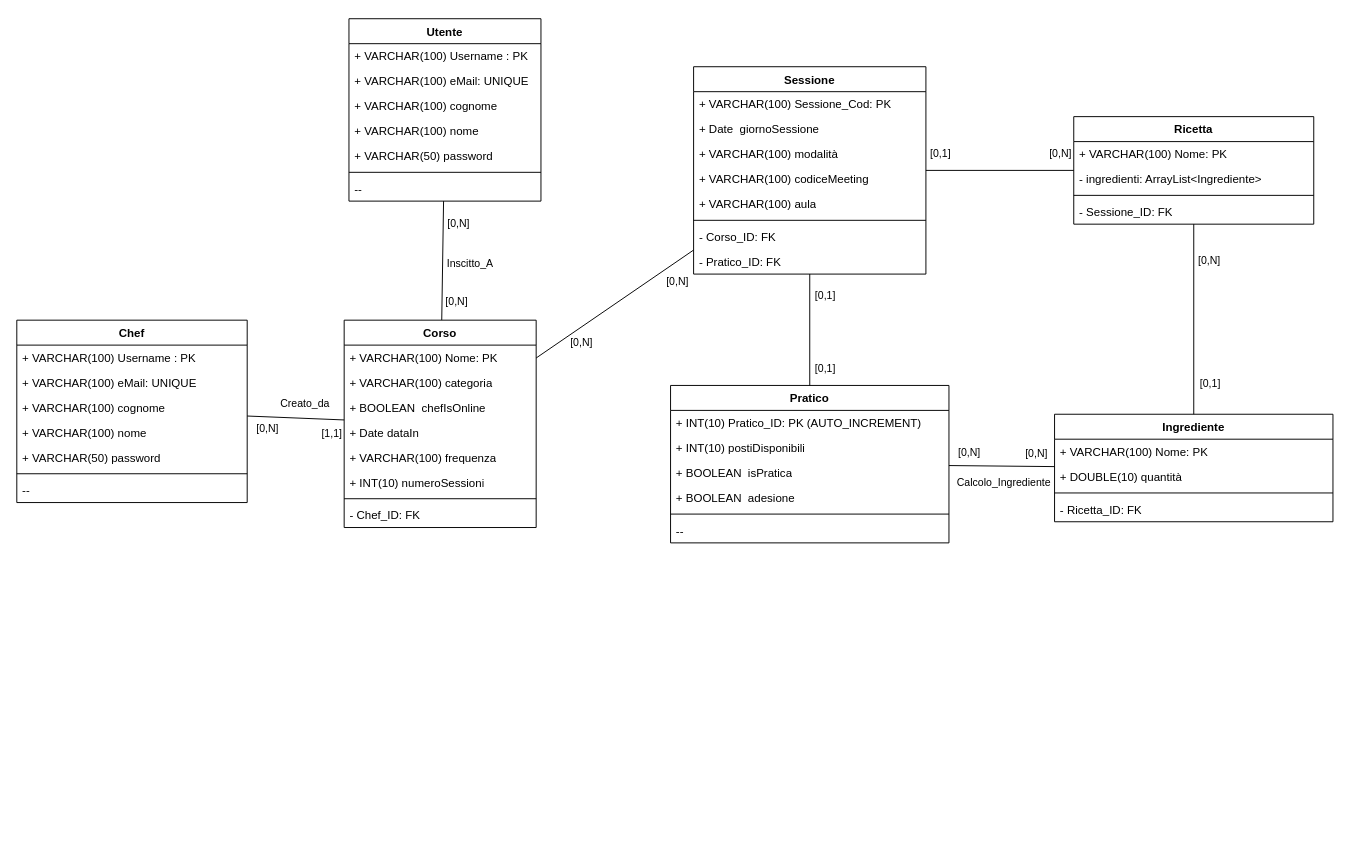
Earlier version of the draw.io diagram page "umlBDD" (2 of 2) of obj/uml/UML1.drawio (MetisWastaken/UninaFoodLab). Source tidied: cells renumbered, new cells numbered last; positions are measured from the earlier drawing's top-left corner, leaving out a move shared by most shapes. Both pictures are drawn from the tidied source at 96%, with x=0, y=0 at pixel (16, 18).
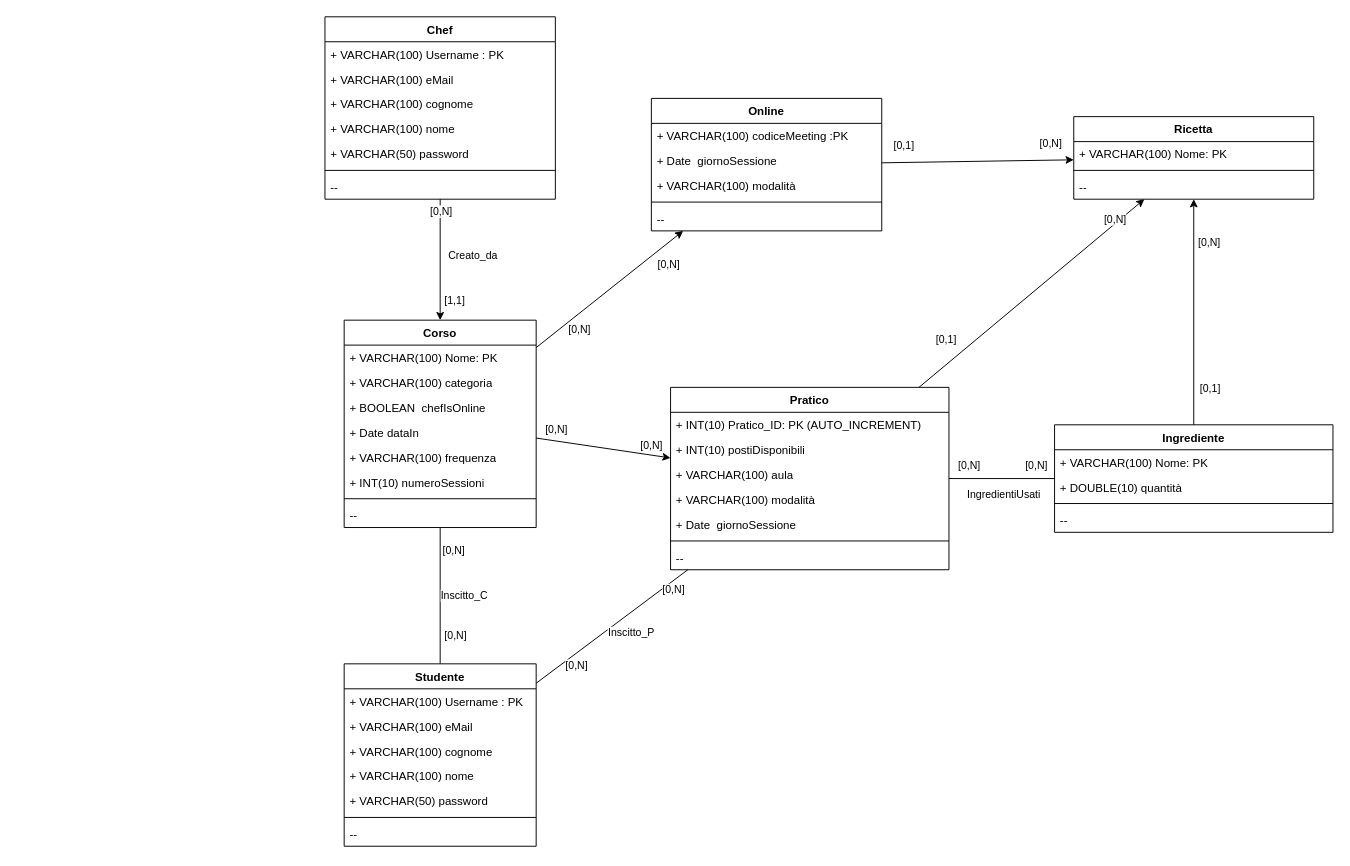
After the change.

Unchanged cells that the change refers to:
```xml
<mxCell id="2" style="edgeStyle=none;shape=connector;rounded=0;jettySize=auto;html=1;strokeColor=default;strokeWidth=1;align=center;verticalAlign=middle;endArrow=none;endFill=0;endSize=6;" parent="1" edge="1" source="6" target="23">
  <mxGeometry relative="1" as="geometry" />
</mxCell>
<mxCell id="6" value="Corso" style="swimlane;align=center;verticalAlign=top;horizontal=1;startSize=26;whiteSpace=wrap;html=1;" parent="1" vertex="1">
  <mxGeometry x="341" y="314" width="200" height="216" as="geometry" />
</mxCell>
<mxCell id="67" style="edgeStyle=none;shape=connector;rounded=0;jettySize=auto;html=1;strokeColor=default;strokeWidth=1;align=center;verticalAlign=middle;endArrow=none;endFill=0;endSize=6;" parent="1" edge="1" source="40" target="45">
  <mxGeometry relative="1" as="geometry" />
</mxCell>
```

The edit, as a diff of the source:
```diff
@@
-    <mxCell id="3" value="Inscitto_A" style="edgeLabel;html=1;align=center;verticalAlign=middle;" parent="2" vertex="1">
+    <mxCell id="3" value="Inscitto_C" style="edgeLabel;html=1;align=center;verticalAlign=middle;" parent="2" vertex="1">
       <mxGeometry x="-0.14" y="-2" relative="1" as="geometry">
-        <mxPoint x="26" y="-7" as="offset" />
+        <mxPoint x="26" y="9" as="offset" />
       </mxGeometry>
     </mxCell>
@@
-    <mxCell id="14" value="- Chef_ID: FK&amp;nbsp;" style="text;strokeColor=none;fillColor=none;align=left;verticalAlign=top;spacingLeft=4;spacingRight=4;overflow=hidden;whiteSpace=wrap;html=1;" parent="6" vertex="1">
-      <mxGeometry y="190" width="200" height="26" as="geometry" />
-    </mxCell>
+    <mxCell id="51" value="--" style="text;strokeColor=none;fillColor=none;align=left;verticalAlign=top;spacingLeft=4;spacingRight=4;overflow=hidden;whiteSpace=wrap;html=1;" parent="6" vertex="1">
+      <mxGeometry y="190" width="200" height="26" as="geometry" />
+    </mxCell>
     <mxCell id="15" value="Chef" style="swimlane;align=center;verticalAlign=top;horizontal=1;startSize=26;whiteSpace=wrap;html=1;" parent="1" vertex="1">
-      <mxGeometry y="314" width="240" height="190" as="geometry" />
+      <mxGeometry x="321" y="-2" width="240" height="190" as="geometry" />
     </mxCell>
@@
-    <mxCell id="17" value="+ VARCHAR(100)&amp;nbsp;eMail: UNIQUE" style="text;strokeColor=none;fillColor=none;align=left;verticalAlign=top;spacingLeft=4;spacingRight=4;overflow=hidden;whiteSpace=wrap;html=1;" parent="15" vertex="1">
+    <mxCell id="17" value="+ VARCHAR(100)&amp;nbsp;eMail" style="text;strokeColor=none;fillColor=none;align=left;verticalAlign=top;spacingLeft=4;spacingRight=4;overflow=hidden;whiteSpace=wrap;html=1;" parent="15" vertex="1">
       <mxGeometry y="52" width="240" height="26" as="geometry" />
     </mxCell>
@@
-    <mxCell id="23" value="Utente" style="swimlane;align=center;verticalAlign=top;horizontal=1;startSize=26;whiteSpace=wrap;html=1;" parent="1" vertex="1">
-      <mxGeometry x="346" width="200" height="190" as="geometry" />
+    <mxCell id="23" value="Studente" style="swimlane;align=center;verticalAlign=top;horizontal=1;startSize=26;whiteSpace=wrap;html=1;" parent="1" vertex="1">
+      <mxGeometry x="341" y="672" width="200" height="190" as="geometry" />
     </mxCell>
@@
-    <mxCell id="25" value="+ VARCHAR(100)&amp;nbsp;eMail: UNIQUE" style="text;strokeColor=none;fillColor=none;align=left;verticalAlign=top;spacingLeft=4;spacingRight=4;overflow=hidden;whiteSpace=wrap;html=1;" parent="23" vertex="1">
+    <mxCell id="25" value="+ VARCHAR(100)&amp;nbsp;eMail" style="text;strokeColor=none;fillColor=none;align=left;verticalAlign=top;spacingLeft=4;spacingRight=4;overflow=hidden;whiteSpace=wrap;html=1;" parent="23" vertex="1">
       <mxGeometry y="52" width="200" height="26" as="geometry" />
     </mxCell>
@@
-    <mxCell id="31" value="Sessione" style="swimlane;align=center;verticalAlign=top;horizontal=1;startSize=26;whiteSpace=wrap;html=1;" parent="1" vertex="1">
-      <mxGeometry x="705" y="50" width="242" height="216" as="geometry" />
-    </mxCell>
-    <mxCell id="32" value="+ VARCHAR(100) Sessione_Cod: PK" style="text;strokeColor=none;fillColor=none;align=left;verticalAlign=top;spacingLeft=4;spacingRight=4;overflow=hidden;whiteSpace=wrap;html=1;" parent="31" vertex="1">
-      <mxGeometry y="26" width="242" height="26" as="geometry" />
-    </mxCell>
-    <mxCell id="33" value="+ Date&amp;nbsp;&amp;nbsp;giornoSessione" style="text;strokeColor=none;fillColor=none;align=left;verticalAlign=top;spacingLeft=4;spacingRight=4;overflow=hidden;whiteSpace=wrap;html=1;" parent="31" vertex="1">
-      <mxGeometry y="52" width="242" height="26" as="geometry" />
-    </mxCell>
-    <mxCell id="34" value="+ VARCHAR(100)&amp;nbsp;modalità" style="text;strokeColor=none;fillColor=none;align=left;verticalAlign=top;spacingLeft=4;spacingRight=4;overflow=hidden;whiteSpace=wrap;html=1;" parent="31" vertex="1">
-      <mxGeometry y="78" width="242" height="26" as="geometry" />
-    </mxCell>
-    <mxCell id="35" value="+ VARCHAR(100)&amp;nbsp;codiceMeeting" style="text;strokeColor=none;fillColor=none;align=left;verticalAlign=top;spacingLeft=4;spacingRight=4;overflow=hidden;whiteSpace=wrap;html=1;" parent="31" vertex="1">
-      <mxGeometry y="104" width="242" height="26" as="geometry" />
-    </mxCell>
-    <mxCell id="36" value="+ VARCHAR(100)&amp;nbsp;aula" style="text;strokeColor=none;fillColor=none;align=left;verticalAlign=top;spacingLeft=4;spacingRight=4;overflow=hidden;whiteSpace=wrap;html=1;" parent="31" vertex="1">
-      <mxGeometry y="130" width="242" height="26" as="geometry" />
-    </mxCell>
-    <mxCell id="37" style="line;strokeWidth=1;fillColor=none;align=left;verticalAlign=middle;spacingTop=-1;spacingLeft=3;spacingRight=3;labelPosition=right;strokeColor=inherit;" parent="31" vertex="1">
-      <mxGeometry y="156" width="242" height="8" as="geometry" />
-    </mxCell>
-    <mxCell id="38" value="- Corso_ID: FK&amp;nbsp;" style="text;strokeColor=none;fillColor=none;align=left;verticalAlign=top;spacingLeft=4;spacingRight=4;overflow=hidden;whiteSpace=wrap;html=1;" parent="31" vertex="1">
-      <mxGeometry y="164" width="242" height="26" as="geometry" />
-    </mxCell>
-    <mxCell id="39" value="- Pratico_ID: FK&amp;nbsp;" style="text;strokeColor=none;fillColor=none;align=left;verticalAlign=top;spacingLeft=4;spacingRight=4;overflow=hidden;whiteSpace=wrap;html=1;" parent="31" vertex="1">
-      <mxGeometry y="190" width="242" height="26" as="geometry" />
-    </mxCell>
     <mxCell id="40" value="Ingrediente" style="swimlane;align=center;verticalAlign=top;horizontal=1;startSize=26;whiteSpace=wrap;html=1;" parent="1" vertex="1">
-      <mxGeometry x="1081" y="412" width="290" height="112" as="geometry" />
+      <mxGeometry x="1081" y="423" width="290" height="112" as="geometry" />
     </mxCell>
@@
-    <mxCell id="44" value="- Ricetta_ID: FK" style="text;strokeColor=none;fillColor=none;align=left;verticalAlign=top;spacingLeft=4;spacingRight=4;overflow=hidden;whiteSpace=wrap;html=1;" parent="40" vertex="1">
-      <mxGeometry y="86" width="290" height="26" as="geometry" />
-    </mxCell>
+    <mxCell id="77" value="--" style="text;strokeColor=none;fillColor=none;align=left;verticalAlign=top;spacingLeft=4;spacingRight=4;overflow=hidden;whiteSpace=wrap;html=1;" parent="40" vertex="1">
+      <mxGeometry y="86" width="290" height="26" as="geometry" />
+    </mxCell>
     <mxCell id="45" value="Pratico" style="swimlane;align=center;verticalAlign=top;horizontal=1;startSize=26;whiteSpace=wrap;html=1;" parent="1" vertex="1">
-      <mxGeometry x="681" y="382" width="290" height="164" as="geometry" />
+      <mxGeometry x="681" y="384" width="290" height="190" as="geometry" />
     </mxCell>
@@
-    <mxCell id="48" value="+ BOOLEAN&amp;nbsp; isPratica" style="text;strokeColor=none;fillColor=none;align=left;verticalAlign=top;spacingLeft=4;spacingRight=4;overflow=hidden;whiteSpace=wrap;html=1;" parent="45" vertex="1">
-      <mxGeometry y="78" width="290" height="26" as="geometry" />
-    </mxCell>
-    <mxCell id="49" value="+ BOOLEAN&amp;nbsp;&amp;nbsp;adesione" style="text;strokeColor=none;fillColor=none;align=left;verticalAlign=top;spacingLeft=4;spacingRight=4;overflow=hidden;whiteSpace=wrap;html=1;" parent="45" vertex="1">
-      <mxGeometry y="104" width="290" height="26" as="geometry" />
-    </mxCell>
+    <mxCell id="36" value="+ VARCHAR(100)&amp;nbsp;aula" style="text;strokeColor=none;fillColor=none;align=left;verticalAlign=top;spacingLeft=4;spacingRight=4;overflow=hidden;whiteSpace=wrap;html=1;" parent="45" vertex="1">
+      <mxGeometry y="78" width="290" height="26" as="geometry" />
+    </mxCell>
+    <mxCell id="78" value="+ VARCHAR(100)&amp;nbsp;modalità" style="text;strokeColor=none;fillColor=none;align=left;verticalAlign=top;spacingLeft=4;spacingRight=4;overflow=hidden;whiteSpace=wrap;html=1;" parent="45" vertex="1">
+      <mxGeometry y="104" width="290" height="26" as="geometry" />
+    </mxCell>
+    <mxCell id="79" value="+ Date&amp;nbsp;&amp;nbsp;giornoSessione" style="text;strokeColor=none;fillColor=none;align=left;verticalAlign=top;spacingLeft=4;spacingRight=4;overflow=hidden;whiteSpace=wrap;html=1;" parent="45" vertex="1">
+      <mxGeometry y="130" width="290" height="26" as="geometry" />
+    </mxCell>
     <mxCell id="50" style="line;strokeWidth=1;fillColor=none;align=left;verticalAlign=middle;spacingTop=-1;spacingLeft=3;spacingRight=3;labelPosition=right;strokeColor=inherit;" parent="45" vertex="1">
-      <mxGeometry y="130" width="290" height="8" as="geometry" />
+      <mxGeometry y="156" width="290" height="8" as="geometry" />
     </mxCell>
-    <mxCell id="51" value="--" style="text;strokeColor=none;fillColor=none;align=left;verticalAlign=top;spacingLeft=4;spacingRight=4;overflow=hidden;whiteSpace=wrap;html=1;" parent="45" vertex="1">
-      <mxGeometry y="138" width="290" height="26" as="geometry" />
-    </mxCell>
+    <mxCell id="80" value="--" style="text;strokeColor=none;fillColor=none;align=left;verticalAlign=top;spacingLeft=4;spacingRight=4;overflow=hidden;whiteSpace=wrap;html=1;" parent="45" vertex="1">
+      <mxGeometry y="164" width="290" height="26" as="geometry" />
+    </mxCell>
     <mxCell id="52" value="Ricetta" style="swimlane;align=center;verticalAlign=top;horizontal=1;startSize=26;whiteSpace=wrap;html=1;" parent="1" vertex="1">
-      <mxGeometry x="1101" y="102" width="250" height="112" as="geometry" />
+      <mxGeometry x="1101" y="102" width="250" height="86" as="geometry" />
     </mxCell>
@@
-    <mxCell id="54" value="- ingredienti: ArrayList&amp;lt;Ingrediente&amp;gt;" style="text;strokeColor=none;fillColor=none;align=left;verticalAlign=top;spacingLeft=4;spacingRight=4;overflow=hidden;whiteSpace=wrap;html=1;" parent="52" vertex="1">
-      <mxGeometry y="52" width="250" height="26" as="geometry" />
-    </mxCell>
     <mxCell id="55" style="line;strokeWidth=1;fillColor=none;align=left;verticalAlign=middle;spacingTop=-1;spacingLeft=3;spacingRight=3;labelPosition=right;strokeColor=inherit;" parent="52" vertex="1">
-      <mxGeometry y="78" width="250" height="8" as="geometry" />
+      <mxGeometry y="52" width="250" height="8" as="geometry" />
     </mxCell>
-    <mxCell id="56" value="- Sessione_ID: FK" style="text;strokeColor=none;fillColor=none;align=left;verticalAlign=top;spacingLeft=4;spacingRight=4;overflow=hidden;whiteSpace=wrap;html=1;" parent="52" vertex="1">
-      <mxGeometry y="86" width="250" height="26" as="geometry" />
-    </mxCell>
+    <mxCell id="81" value="--" style="text;strokeColor=none;fillColor=none;align=left;verticalAlign=top;spacingLeft=4;spacingRight=4;overflow=hidden;whiteSpace=wrap;html=1;" parent="52" vertex="1">
+      <mxGeometry y="60" width="250" height="26" as="geometry" />
+    </mxCell>
-    <mxCell id="57" style="edgeStyle=none;shape=connector;rounded=0;jettySize=auto;html=1;strokeColor=default;strokeWidth=1;align=center;verticalAlign=middle;endArrow=none;endFill=0;endSize=6;" parent="1" edge="1" source="31" target="6">
+    <mxCell id="57" style="edgeStyle=none;shape=connector;rounded=0;jettySize=auto;html=1;strokeColor=default;strokeWidth=1;align=center;verticalAlign=middle;endArrow=none;endFill=0;endSize=6;startArrow=classic;startFill=1;" parent="1" edge="1" source="86" target="6">
       <mxGeometry relative="1" as="geometry" />
     </mxCell>
@@
-    <mxCell id="60" style="edgeStyle=none;shape=connector;rounded=0;jettySize=auto;html=1;strokeColor=default;strokeWidth=1;align=center;verticalAlign=middle;endArrow=none;endFill=0;endSize=6;" parent="1" edge="1" source="6" target="15">
+    <mxCell id="60" style="edgeStyle=none;shape=connector;rounded=0;jettySize=auto;html=1;strokeColor=default;strokeWidth=1;align=center;verticalAlign=middle;endArrow=none;endFill=0;endSize=6;startArrow=classic;startFill=1;" parent="1" edge="1" source="6" target="15">
       <mxGeometry relative="1" as="geometry" />
     </mxCell>
     <mxCell id="61" value="Creato_da" style="edgeLabel;html=1;align=center;verticalAlign=middle;" parent="60" vertex="1">
       <mxGeometry x="-0.14" y="-2" relative="1" as="geometry">
-        <mxPoint x="1" y="-14" as="offset" />
+        <mxPoint x="31" y="-14" as="offset" />
       </mxGeometry>
     </mxCell>
     <mxCell id="62" value="[0,N]" style="edgeLabel;html=1;align=center;verticalAlign=middle;" parent="60" vertex="1">
       <mxGeometry x="0.61" relative="1" as="geometry">
-        <mxPoint y="12" as="offset" />
+        <mxPoint y="-13" as="offset" />
       </mxGeometry>
     </mxCell>
     <mxCell id="63" value="[1,1]" style="edgeLabel;html=1;align=center;verticalAlign=middle;" parent="60" vertex="1">
       <mxGeometry x="-0.67" y="-1" relative="1" as="geometry">
-        <mxPoint x="3" y="15" as="offset" />
+        <mxPoint x="13" as="offset" />
       </mxGeometry>
     </mxCell>
-    <mxCell id="64" style="edgeStyle=none;shape=connector;rounded=0;jettySize=auto;html=1;strokeColor=default;strokeWidth=1;align=center;verticalAlign=middle;endArrow=none;endFill=0;endSize=6;" parent="1" edge="1" source="40" target="52">
+    <mxCell id="64" style="edgeStyle=none;shape=connector;rounded=0;jettySize=auto;html=1;strokeColor=default;strokeWidth=1;align=center;verticalAlign=middle;endArrow=classic;endFill=1;endSize=6;startArrow=none;startFill=0;" parent="1" edge="1" source="40" target="52">
       <mxGeometry relative="1" as="geometry" />
     </mxCell>
@@
-    <mxCell id="68" value="Calcolo_Ingrediente" style="edgeLabel;html=1;align=center;verticalAlign=middle;" parent="67" vertex="1">
+    <mxCell id="68" value="IngredientiUsati" style="edgeLabel;html=1;align=center;verticalAlign=middle;" parent="67" vertex="1">
       <mxGeometry x="-0.14" y="-2" relative="1" as="geometry">
         <mxPoint x="-7" y="18" as="offset" />
       </mxGeometry>
     </mxCell>
@@
-    <mxCell id="71" style="edgeStyle=none;shape=connector;rounded=0;jettySize=auto;html=1;strokeColor=default;strokeWidth=1;align=center;verticalAlign=middle;endArrow=none;endFill=0;endSize=6;" parent="1" edge="1" source="31" target="52">
+    <mxCell id="71" style="edgeStyle=none;shape=connector;rounded=0;jettySize=auto;html=1;strokeColor=default;strokeWidth=1;align=center;verticalAlign=middle;endArrow=classic;endFill=1;endSize=6;" parent="1" edge="1" source="86" target="52">
       <mxGeometry relative="1" as="geometry" />
     </mxCell>
@@
-    <mxCell id="74" style="edgeStyle=none;shape=connector;rounded=0;jettySize=auto;html=1;strokeColor=default;strokeWidth=1;align=center;verticalAlign=middle;endArrow=none;endFill=0;endSize=6;" parent="1" edge="1" source="45" target="31">
+    <mxCell id="74" style="edgeStyle=none;shape=connector;rounded=0;jettySize=auto;html=1;strokeColor=default;strokeWidth=1;align=center;verticalAlign=middle;endArrow=none;endFill=0;endSize=6;startArrow=classic;startFill=1;" parent="1" edge="1" source="45" target="6">
       <mxGeometry relative="1" as="geometry" />
     </mxCell>
-    <mxCell id="75" value="[0,1]" style="edgeLabel;html=1;align=center;verticalAlign=middle;" parent="74" vertex="1">
+    <mxCell id="75" value="[0,N]" style="edgeLabel;html=1;align=center;verticalAlign=middle;" parent="74" vertex="1">
       <mxGeometry x="0.61" relative="1" as="geometry">
-        <mxPoint x="15" y="-2" as="offset" />
+        <mxPoint x="-7" y="-13" as="offset" />
       </mxGeometry>
     </mxCell>
-    <mxCell id="76" value="[0,1]" style="edgeLabel;html=1;align=center;verticalAlign=middle;" parent="74" vertex="1">
+    <mxCell id="76" value="[0,N]" style="edgeLabel;html=1;align=center;verticalAlign=middle;" parent="74" vertex="1">
       <mxGeometry x="-0.67" y="-1" relative="1" as="geometry">
-        <mxPoint x="14" as="offset" />
+        <mxPoint x="2" y="-9" as="offset" />
       </mxGeometry>
     </mxCell>
+    <mxCell id="82" style="edgeStyle=none;shape=connector;rounded=0;jettySize=auto;html=1;strokeColor=default;strokeWidth=1;align=center;verticalAlign=middle;endArrow=none;endFill=0;endSize=6;" parent="1" edge="1" source="23" target="45">
+      <mxGeometry relative="1" as="geometry" />
+    </mxCell>
+    <mxCell id="83" value="Inscitto_P" style="edgeLabel;html=1;align=center;verticalAlign=middle;" parent="82" vertex="1">
+      <mxGeometry x="-0.14" y="-2" relative="1" as="geometry">
+        <mxPoint x="29" y="-3" as="offset" />
+      </mxGeometry>
+    </mxCell>
+    <mxCell id="84" value="[0,N]" style="edgeLabel;html=1;align=center;verticalAlign=middle;" parent="82" vertex="1">
+      <mxGeometry x="0.61" relative="1" as="geometry">
+        <mxPoint x="15" y="-2" as="offset" />
+      </mxGeometry>
+    </mxCell>
+    <mxCell id="85" value="[0,N]" style="edgeLabel;html=1;align=center;verticalAlign=middle;" parent="82" vertex="1">
+      <mxGeometry x="-0.67" y="-1" relative="1" as="geometry">
+        <mxPoint x="14" as="offset" />
+      </mxGeometry>
+    </mxCell>
+    <mxCell id="86" value="Online" style="swimlane;align=center;verticalAlign=top;horizontal=1;startSize=26;whiteSpace=wrap;html=1;" parent="1" vertex="1">
+      <mxGeometry x="661" y="83" width="240" height="138" as="geometry" />
+    </mxCell>
+    <mxCell id="87" value="+ VARCHAR(100)&amp;nbsp;codiceMeeting :PK" style="text;strokeColor=none;fillColor=none;align=left;verticalAlign=top;spacingLeft=4;spacingRight=4;overflow=hidden;whiteSpace=wrap;html=1;" parent="86" vertex="1">
+      <mxGeometry y="26" width="240" height="26" as="geometry" />
+    </mxCell>
+    <mxCell id="88" value="+ Date&amp;nbsp;&amp;nbsp;giornoSessione" style="text;strokeColor=none;fillColor=none;align=left;verticalAlign=top;spacingLeft=4;spacingRight=4;overflow=hidden;whiteSpace=wrap;html=1;" parent="86" vertex="1">
+      <mxGeometry y="52" width="240" height="26" as="geometry" />
+    </mxCell>
+    <mxCell id="89" value="+ VARCHAR(100)&amp;nbsp;modalità" style="text;strokeColor=none;fillColor=none;align=left;verticalAlign=top;spacingLeft=4;spacingRight=4;overflow=hidden;whiteSpace=wrap;html=1;" parent="86" vertex="1">
+      <mxGeometry y="78" width="240" height="26" as="geometry" />
+    </mxCell>
+    <mxCell id="90" style="line;strokeWidth=1;fillColor=none;align=left;verticalAlign=middle;spacingTop=-1;spacingLeft=3;spacingRight=3;labelPosition=right;strokeColor=inherit;" parent="86" vertex="1">
+      <mxGeometry y="104" width="240" height="8" as="geometry" />
+    </mxCell>
+    <mxCell id="91" value="--" style="text;strokeColor=none;fillColor=none;align=left;verticalAlign=top;spacingLeft=4;spacingRight=4;overflow=hidden;whiteSpace=wrap;html=1;" parent="86" vertex="1">
+      <mxGeometry y="112" width="240" height="26" as="geometry" />
+    </mxCell>
+    <mxCell id="92" style="edgeStyle=none;shape=connector;rounded=0;jettySize=auto;html=1;strokeColor=default;strokeWidth=1;align=center;verticalAlign=middle;endArrow=classic;endFill=1;endSize=6;" parent="1" edge="1" source="45" target="52">
+      <mxGeometry relative="1" as="geometry" />
+    </mxCell>
+    <mxCell id="93" value="[0,N]" style="edgeLabel;html=1;align=center;verticalAlign=middle;" parent="92" vertex="1">
+      <mxGeometry x="0.61" relative="1" as="geometry">
+        <mxPoint x="15" y="-18" as="offset" />
+      </mxGeometry>
+    </mxCell>
+    <mxCell id="94" value="[0,1]" style="edgeLabel;html=1;align=center;verticalAlign=middle;" parent="92" vertex="1">
+      <mxGeometry x="-0.67" y="-1" relative="1" as="geometry">
+        <mxPoint x="-11" y="-19" as="offset" />
+      </mxGeometry>
+    </mxCell>
```
